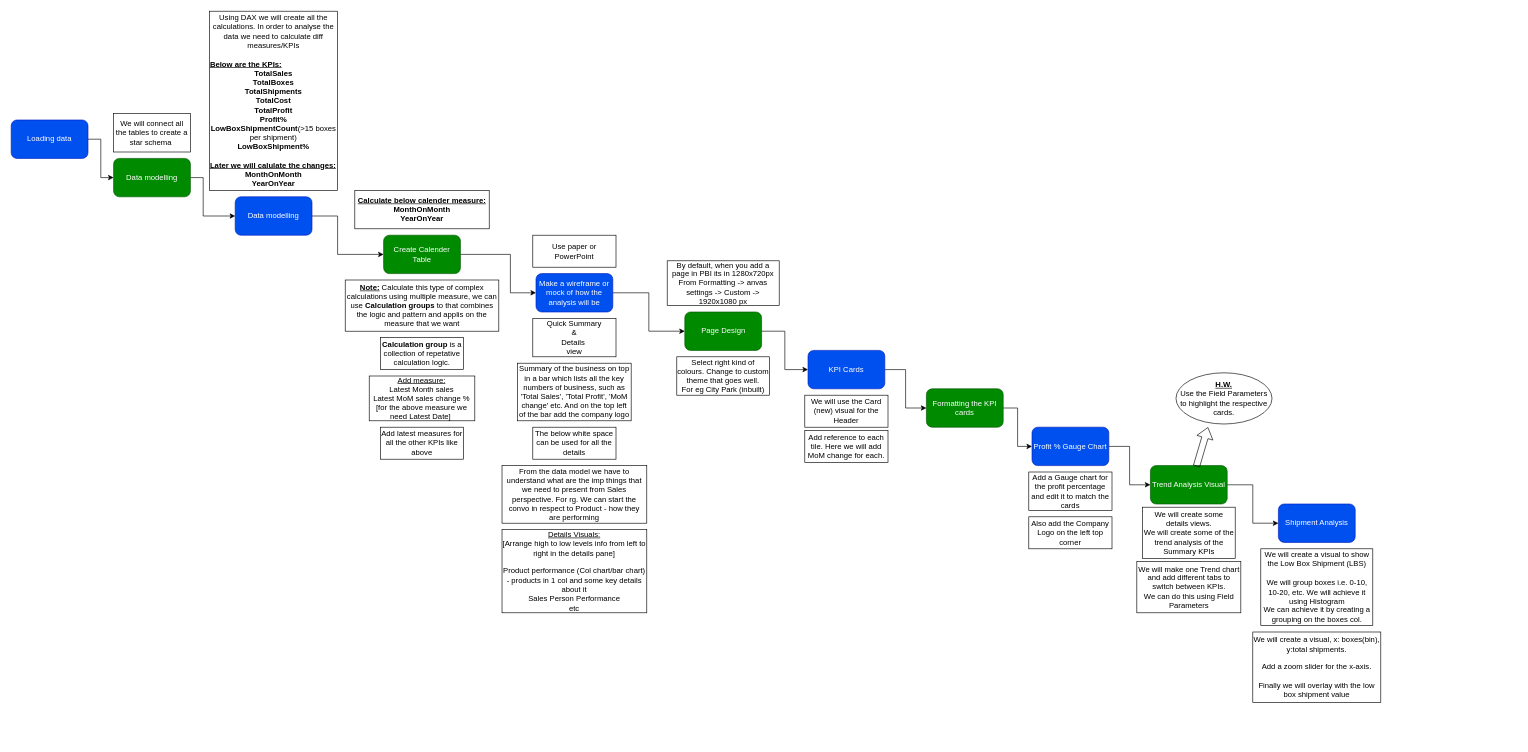
Before: project steps.drawio in arpanmndl/awesome-chocolate-sales-dashboard, a draw.io diagram. Source tidied: cells renumbered, new cells numbered last; positions are measured from the earlier drawing's top-left corner, leaving out a move shared by most shapes. Both pictures are drawn from the tidied source at 64%, with x=0, y=0 at pixel (11, 11).
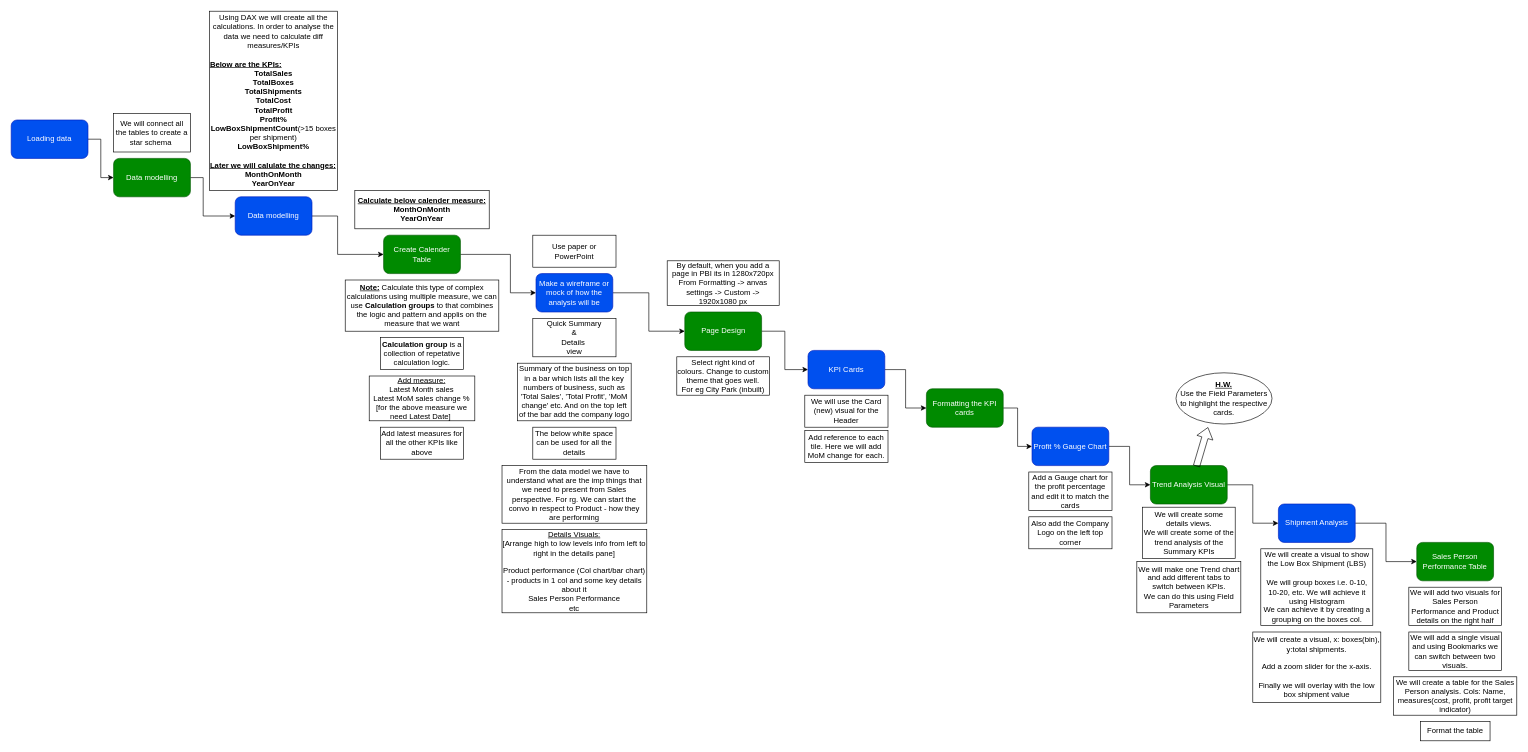
Above is the later version.

Commit message (it also covers changes not shown here):
Add Sales Person Analysis table visual

The change refers to these unchanged cells:
```xml
<mxCell id="43" value="Shipment Analysis" style="whiteSpace=wrap;html=1;fillColor=#0050ef;strokeColor=#001DBC;fontColor=#ffffff;rounded=1;" parent="1" vertex="1">
  <mxGeometry x="1980" y="770" width="120" height="60" as="geometry" />
</mxCell>
```

Change to the diagram source:
```diff
@@
+    <mxCell id="48" style="edgeStyle=orthogonalEdgeStyle;rounded=0;jettySize=auto;html=1;entryX=0;entryY=0.5;entryDx=0;entryDy=0;" parent="1" edge="1" source="43" target="49">
+      <mxGeometry relative="1" as="geometry" />
+    </mxCell>
@@
+    <mxCell id="49" value="Sales Person Performance Table" style="whiteSpace=wrap;html=1;rounded=1;fillColor=#008a00;fontColor=#ffffff;strokeColor=#005700;" parent="1" vertex="1">
+      <mxGeometry x="2196.2" y="830" width="120" height="60" as="geometry" />
+    </mxCell>
+    <mxCell id="50" value="We will add two visuals for Sales Person Performance and Product details on the right half" style="rounded=0;whiteSpace=wrap;html=1;" parent="1" vertex="1">
+      <mxGeometry x="2183.8" y="900" width="145" height="60" as="geometry" />
+    </mxCell>
+    <mxCell id="51" value="We will add a single visual and using Bookmarks we can switch between two visuals." style="rounded=0;whiteSpace=wrap;html=1;" parent="1" vertex="1">
+      <mxGeometry x="2183.8" y="970" width="145" height="60" as="geometry" />
+    </mxCell>
+    <mxCell id="52" value="We will create a table for the Sales Person analysis. Cols: Name, measures(cost, profit, profit target indicator)" style="rounded=0;whiteSpace=wrap;html=1;" parent="1" vertex="1">
+      <mxGeometry x="2160" y="1040" width="192.5" height="60" as="geometry" />
+    </mxCell>
+    <mxCell id="53" value="Format the table" style="rounded=0;whiteSpace=wrap;html=1;" parent="1" vertex="1">
+      <mxGeometry x="2201.9" y="1110" width="108.8" height="30" as="geometry" />
+    </mxCell>
```
